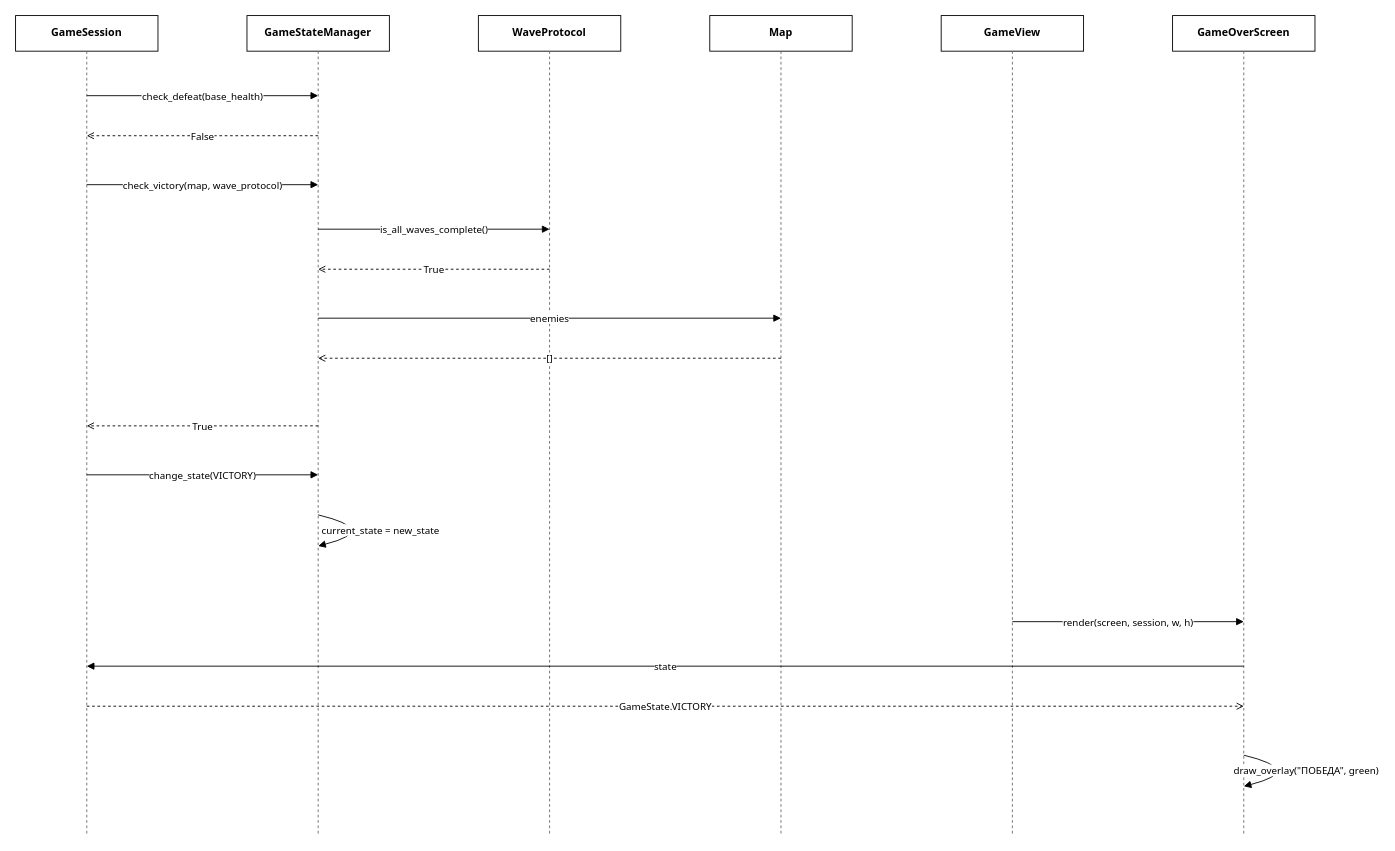
Earlier version of the draw.io diagram page "7. Завершение игры" (7 of 7) of docs/diagrams/Sequence_diagrams.drawio (Icy-beep/TowerDefense). Source tidied: cells renumbered, new cells numbered last; positions are measured from the earlier drawing's top-left corner, leaving out a move shared by most shapes. Both pictures are drawn from the tidied source at 89%, with x=0, y=0 at pixel (15, 15).
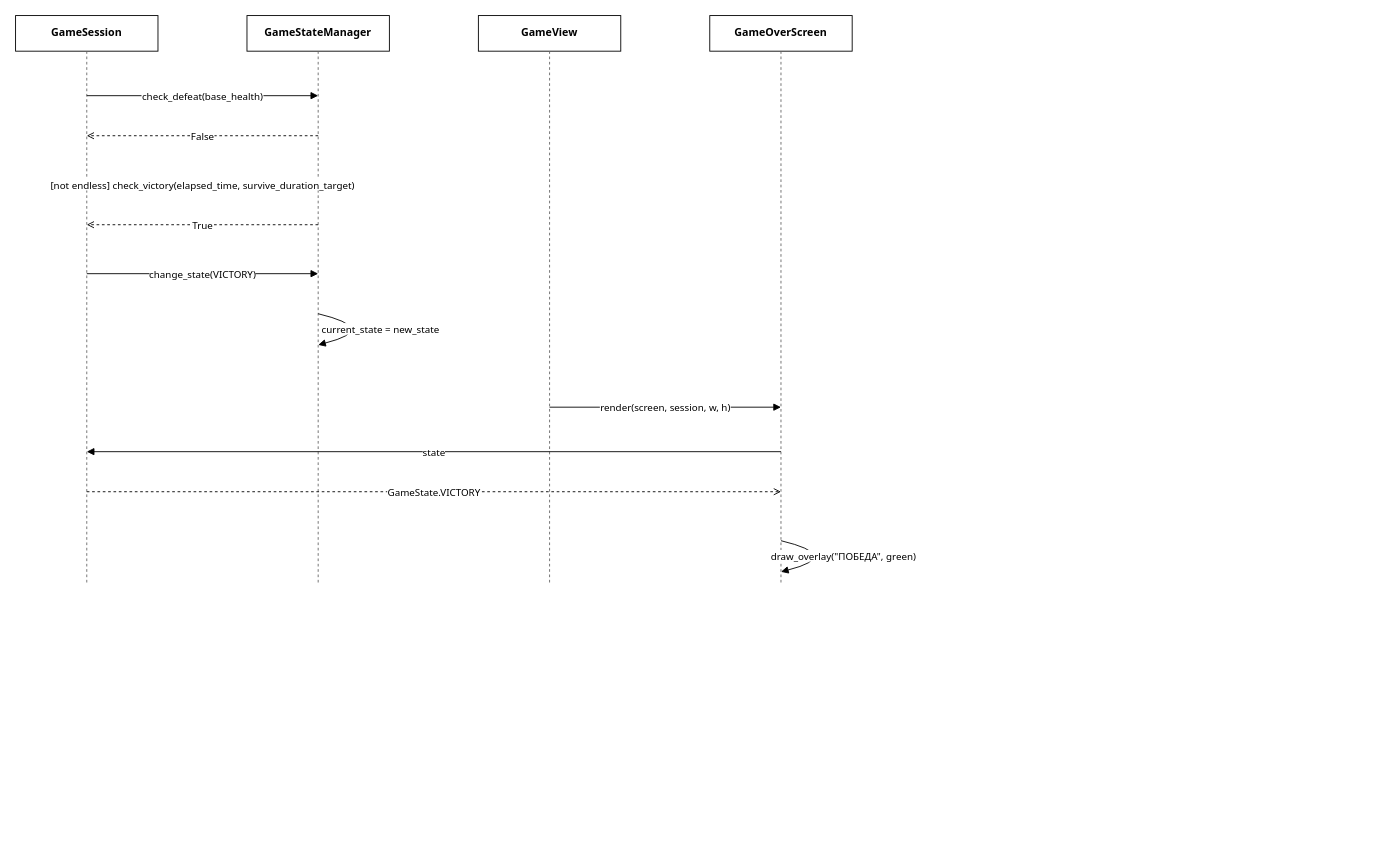
After the change.

What changed in the source:
```diff
@@
     <mxCell id="3" style="endArrow=none;dashed=1;html=1;strokeColor=#666666;rounded=0;" parent="1" edge="1">
       <mxGeometry relative="1" as="geometry">
         <mxPoint x="80" y="40" as="sourcePoint" />
-        <mxPoint x="80" y="920" as="targetPoint" />
+        <mxPoint x="80" y="640" as="targetPoint" />
       </mxGeometry>
     </mxCell>
@@
     <mxCell id="5" style="endArrow=none;dashed=1;html=1;strokeColor=#666666;rounded=0;" parent="1" edge="1">
       <mxGeometry relative="1" as="geometry">
         <mxPoint x="340" y="40" as="sourcePoint" />
-        <mxPoint x="340" y="920" as="targetPoint" />
+        <mxPoint x="340" y="640" as="targetPoint" />
       </mxGeometry>
     </mxCell>
-    <mxCell id="6" value="WaveProtocol" style="rounded=0;whiteSpace=wrap;html=1;fontStyle=1;fontFamily=Tahoma;fontSize=12;labelBackgroundColor=none;" parent="1" vertex="1">
+    <mxCell id="6" value="GameView" style="rounded=0;whiteSpace=wrap;html=1;fontStyle=1;fontFamily=Tahoma;fontSize=12;labelBackgroundColor=none;" parent="1" vertex="1">
       <mxGeometry x="520" width="160" height="40" as="geometry" />
     </mxCell>
     <mxCell id="7" style="endArrow=none;dashed=1;html=1;strokeColor=#666666;rounded=0;" parent="1" edge="1">
       <mxGeometry relative="1" as="geometry">
         <mxPoint x="600" y="40" as="sourcePoint" />
-        <mxPoint x="600" y="920" as="targetPoint" />
+        <mxPoint x="600" y="640" as="targetPoint" />
       </mxGeometry>
     </mxCell>
-    <mxCell id="8" value="Map" style="rounded=0;whiteSpace=wrap;html=1;fontStyle=1;fontFamily=Tahoma;fontSize=12;labelBackgroundColor=none;" parent="1" vertex="1">
+    <mxCell id="8" value="GameOverScreen" style="rounded=0;whiteSpace=wrap;html=1;fontStyle=1;fontFamily=Tahoma;fontSize=12;labelBackgroundColor=none;" parent="1" vertex="1">
       <mxGeometry x="780" width="160" height="40" as="geometry" />
     </mxCell>
     <mxCell id="9" style="endArrow=none;dashed=1;html=1;strokeColor=#666666;rounded=0;" parent="1" edge="1">
       <mxGeometry relative="1" as="geometry">
         <mxPoint x="860" y="40" as="sourcePoint" />
-        <mxPoint x="860" y="920" as="targetPoint" />
+        <mxPoint x="860" y="640" as="targetPoint" />
       </mxGeometry>
     </mxCell>
-    <mxCell id="10" value="GameView" style="rounded=0;whiteSpace=wrap;html=1;fontStyle=1;fontFamily=Tahoma;fontSize=12;labelBackgroundColor=none;" parent="1" vertex="1">
-      <mxGeometry x="1040" width="160" height="40" as="geometry" />
-    </mxCell>
-    <mxCell id="11" style="endArrow=none;dashed=1;html=1;strokeColor=#666666;rounded=0;" parent="1" edge="1">
-      <mxGeometry relative="1" as="geometry">
-        <mxPoint x="1120" y="40" as="sourcePoint" />
-        <mxPoint x="1120" y="920" as="targetPoint" />
-      </mxGeometry>
-    </mxCell>
-    <mxCell id="12" value="GameOverScreen" style="rounded=0;whiteSpace=wrap;html=1;fontStyle=1;fontFamily=Tahoma;fontSize=12;labelBackgroundColor=none;" parent="1" vertex="1">
-      <mxGeometry x="1300" width="160" height="40" as="geometry" />
-    </mxCell>
-    <mxCell id="13" style="endArrow=none;dashed=1;html=1;strokeColor=#666666;rounded=0;" parent="1" edge="1">
-      <mxGeometry relative="1" as="geometry">
-        <mxPoint x="1380" y="40" as="sourcePoint" />
-        <mxPoint x="1380" y="920" as="targetPoint" />
-      </mxGeometry>
-    </mxCell>
@@
-    <mxCell id="16" value="check_victory(map, wave_protocol)" style="endArrow=block;endFill=1;html=1;fontFamily=Tahoma;fontSize=11;labelBackgroundColor=default;rounded=0;" parent="1" edge="1">
+    <mxCell id="16" value="[not endless] check_victory(elapsed_time, survive_duration_target)" style="endArrow=block;endFill=1;html=1;fontFamily=Tahoma;fontSize=11;labelBackgroundColor=default;rounded=0;" parent="1" edge="1">
       <mxGeometry relative="1" as="geometry">
         <mxPoint x="80" y="190" as="sourcePoint" />
         <mxPoint x="340" y="190" as="targetPoint" />
       </mxGeometry>
     </mxCell>
-    <mxCell id="17" value="is_all_waves_complete()" style="endArrow=block;endFill=1;html=1;fontFamily=Tahoma;fontSize=11;labelBackgroundColor=default;rounded=0;" parent="1" edge="1">
-      <mxGeometry relative="1" as="geometry">
-        <mxPoint x="340" y="240" as="sourcePoint" />
-        <mxPoint x="600" y="240" as="targetPoint" />
-      </mxGeometry>
-    </mxCell>
     <mxCell id="18" value="True" style="endArrow=open;endFill=0;dashed=1;html=1;fontFamily=Tahoma;fontSize=11;labelBackgroundColor=default;rounded=0;" parent="1" edge="1">
       <mxGeometry relative="1" as="geometry">
-        <mxPoint x="600" y="285" as="sourcePoint" />
-        <mxPoint x="340" y="285" as="targetPoint" />
+        <mxPoint x="340" y="235" as="sourcePoint" />
+        <mxPoint x="80" y="235" as="targetPoint" />
       </mxGeometry>
     </mxCell>
-    <mxCell id="19" value="enemies" style="endArrow=block;endFill=1;html=1;fontFamily=Tahoma;fontSize=11;labelBackgroundColor=default;rounded=0;" parent="1" edge="1">
-      <mxGeometry relative="1" as="geometry">
-        <mxPoint x="340" y="340" as="sourcePoint" />
-        <mxPoint x="860" y="340" as="targetPoint" />
-      </mxGeometry>
-    </mxCell>
-    <mxCell id="20" value="[]" style="endArrow=open;endFill=0;dashed=1;html=1;fontFamily=Tahoma;fontSize=11;labelBackgroundColor=default;rounded=0;" parent="1" edge="1">
-      <mxGeometry relative="1" as="geometry">
-        <mxPoint x="860" y="385" as="sourcePoint" />
-        <mxPoint x="340" y="385" as="targetPoint" />
-      </mxGeometry>
-    </mxCell>
-    <mxCell id="21" value="True" style="endArrow=open;endFill=0;dashed=1;html=1;fontFamily=Tahoma;fontSize=11;labelBackgroundColor=default;rounded=0;" parent="1" edge="1">
-      <mxGeometry relative="1" as="geometry">
-        <mxPoint x="340" y="461" as="sourcePoint" />
-        <mxPoint x="80" y="461" as="targetPoint" />
-      </mxGeometry>
-    </mxCell>
     <mxCell id="22" value="change_state(VICTORY)" style="endArrow=block;endFill=1;html=1;fontFamily=Tahoma;fontSize=11;labelBackgroundColor=default;rounded=0;" parent="1" edge="1">
       <mxGeometry relative="1" as="geometry">
-        <mxPoint x="80" y="516" as="sourcePoint" />
-        <mxPoint x="340" y="516" as="targetPoint" />
+        <mxPoint x="80" y="290" as="sourcePoint" />
+        <mxPoint x="340" y="290" as="targetPoint" />
       </mxGeometry>
     </mxCell>
     <mxCell id="23" value="current_state = new_state" style="endArrow=block;endFill=1;html=1;fontFamily=Tahoma;fontSize=11;labelBackgroundColor=default;rounded=0;curved=1;" parent="1" edge="1">
       <mxGeometry relative="1" as="geometry">
-        <mxPoint x="340" y="561" as="sourcePoint" />
-        <mxPoint x="340" y="596" as="targetPoint" />
+        <mxPoint x="340" y="335" as="sourcePoint" />
+        <mxPoint x="340" y="370" as="targetPoint" />
         <Array as="points">
-          <mxPoint x="410" y="578" />
+          <mxPoint x="410" y="352" />
         </Array>
       </mxGeometry>
     </mxCell>
     <mxCell id="24" value="render(screen, session, w, h)" style="endArrow=block;endFill=1;html=1;fontFamily=Tahoma;fontSize=11;labelBackgroundColor=default;rounded=0;" parent="1" edge="1">
       <mxGeometry relative="1" as="geometry">
-        <mxPoint x="1120" y="681" as="sourcePoint" />
-        <mxPoint x="1380" y="681" as="targetPoint" />
+        <mxPoint x="600" y="440" as="sourcePoint" />
+        <mxPoint x="860" y="440" as="targetPoint" />
       </mxGeometry>
     </mxCell>
     <mxCell id="25" value="state" style="endArrow=block;endFill=1;html=1;fontFamily=Tahoma;fontSize=11;labelBackgroundColor=default;rounded=0;" parent="1" edge="1">
       <mxGeometry relative="1" as="geometry">
-        <mxPoint x="1380" y="731" as="sourcePoint" />
-        <mxPoint x="80" y="731" as="targetPoint" />
+        <mxPoint x="860" y="490" as="sourcePoint" />
+        <mxPoint x="80" y="490" as="targetPoint" />
       </mxGeometry>
     </mxCell>
     <mxCell id="26" value="GameState.VICTORY" style="endArrow=open;endFill=0;dashed=1;html=1;fontFamily=Tahoma;fontSize=11;labelBackgroundColor=default;rounded=0;" parent="1" edge="1">
       <mxGeometry relative="1" as="geometry">
-        <mxPoint x="80" y="776" as="sourcePoint" />
-        <mxPoint x="1380" y="776" as="targetPoint" />
+        <mxPoint x="80" y="535" as="sourcePoint" />
+        <mxPoint x="860" y="535" as="targetPoint" />
       </mxGeometry>
     </mxCell>
     <mxCell id="27" value="draw_overlay(&quot;ПОБЕДА&quot;, green)" style="endArrow=block;endFill=1;html=1;fontFamily=Tahoma;fontSize=11;labelBackgroundColor=default;rounded=0;curved=1;" parent="1" edge="1">
       <mxGeometry relative="1" as="geometry">
-        <mxPoint x="1380" y="831" as="sourcePoint" />
-        <mxPoint x="1380" y="866" as="targetPoint" />
+        <mxPoint x="860" y="590" as="sourcePoint" />
+        <mxPoint x="860" y="625" as="targetPoint" />
         <Array as="points">
-          <mxPoint x="1450" y="848" />
+          <mxPoint x="930" y="607" />
         </Array>
       </mxGeometry>
     </mxCell>
```
